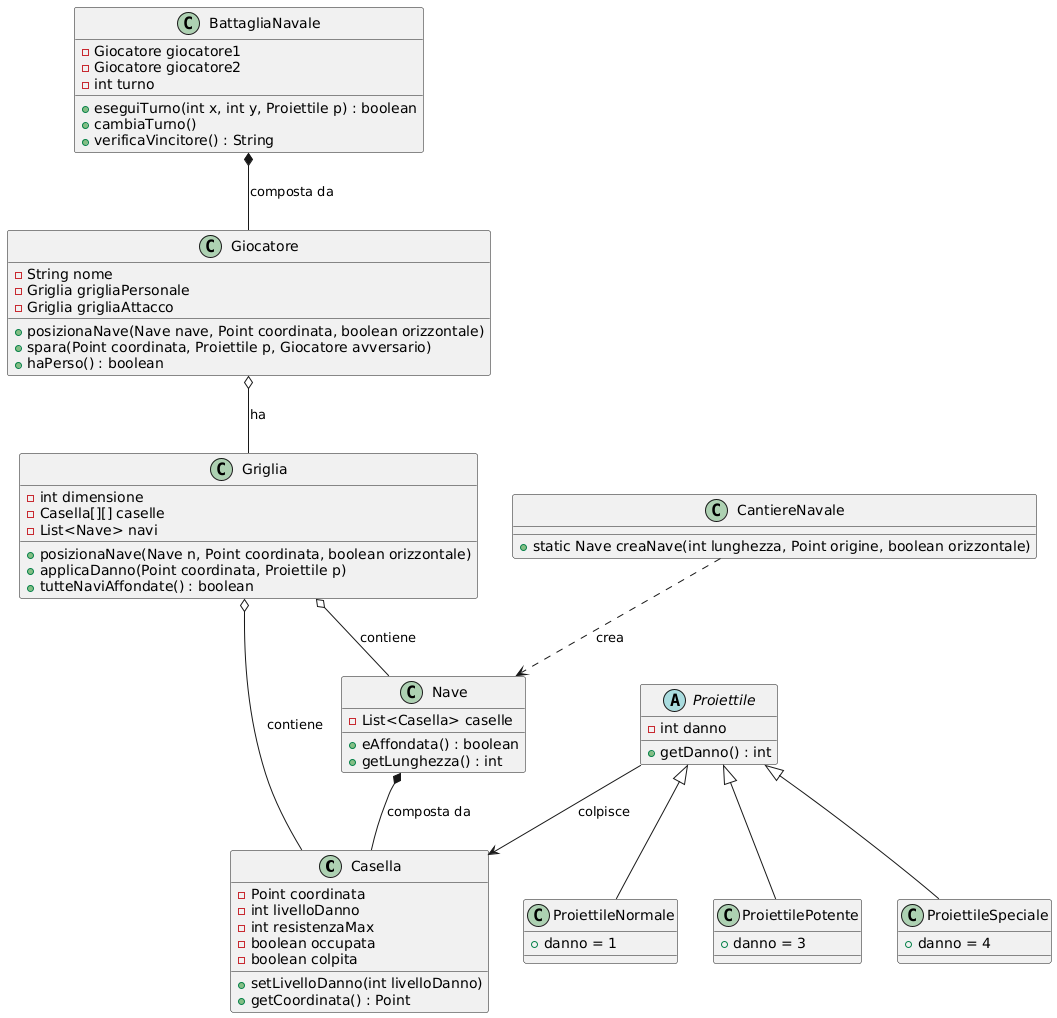
l-papadopol/BattleShip-AI keeps this PlantUML diagram as docs/model.png. Above is the earlier version. Its diagram source:
```plantuml
@startuml
class Casella {
    - Point coordinata
    - int livelloDanno
    - int resistenzaMax
    - boolean occupata
    - boolean colpita
    + setLivelloDanno(int livelloDanno)
    + getCoordinata() : Point
}

class Nave {
    - List<Casella> caselle
    + eAffondata() : boolean
    + getLunghezza() : int
}

class Griglia {
    - int dimensione
    - Casella[][] caselle
    - List<Nave> navi
    + posizionaNave(Nave n, Point coordinata, boolean orizzontale)
    + applicaDanno(Point coordinata, Proiettile p)
    + tutteNaviAffondate() : boolean
}

class Giocatore {
    - String nome
    - Griglia grigliaPersonale
    - Griglia grigliaAttacco
    + posizionaNave(Nave nave, Point coordinata, boolean orizzontale)
    + spara(Point coordinata, Proiettile p, Giocatore avversario)
    + haPerso() : boolean
}

abstract class Proiettile {
    - int danno
    + getDanno() : int
}

class ProiettileNormale {
    + danno = 1
}

class ProiettilePotente {
    + danno = 3
}

class ProiettileSpeciale {
    + danno = 4
}

class BattagliaNavale {
    - Giocatore giocatore1
    - Giocatore giocatore2
    - int turno
    + eseguiTurno(int x, int y, Proiettile p) : boolean
    + cambiaTurno()
    + verificaVincitore() : String
}

class CantiereNavale {
    + static Nave creaNave(int lunghezza, Point origine, boolean orizzontale)
}

Nave *-- Casella : composta da
Griglia o-- Casella : contiene
Griglia o-- Nave : contiene
Giocatore o-- Griglia : ha
BattagliaNavale *-- Giocatore : composta da
Proiettile <|-- ProiettileNormale
Proiettile <|-- ProiettilePotente
Proiettile <|-- ProiettileSpeciale
Proiettile --> Casella : colpisce
CantiereNavale ..> Nave : crea
@enduml
```
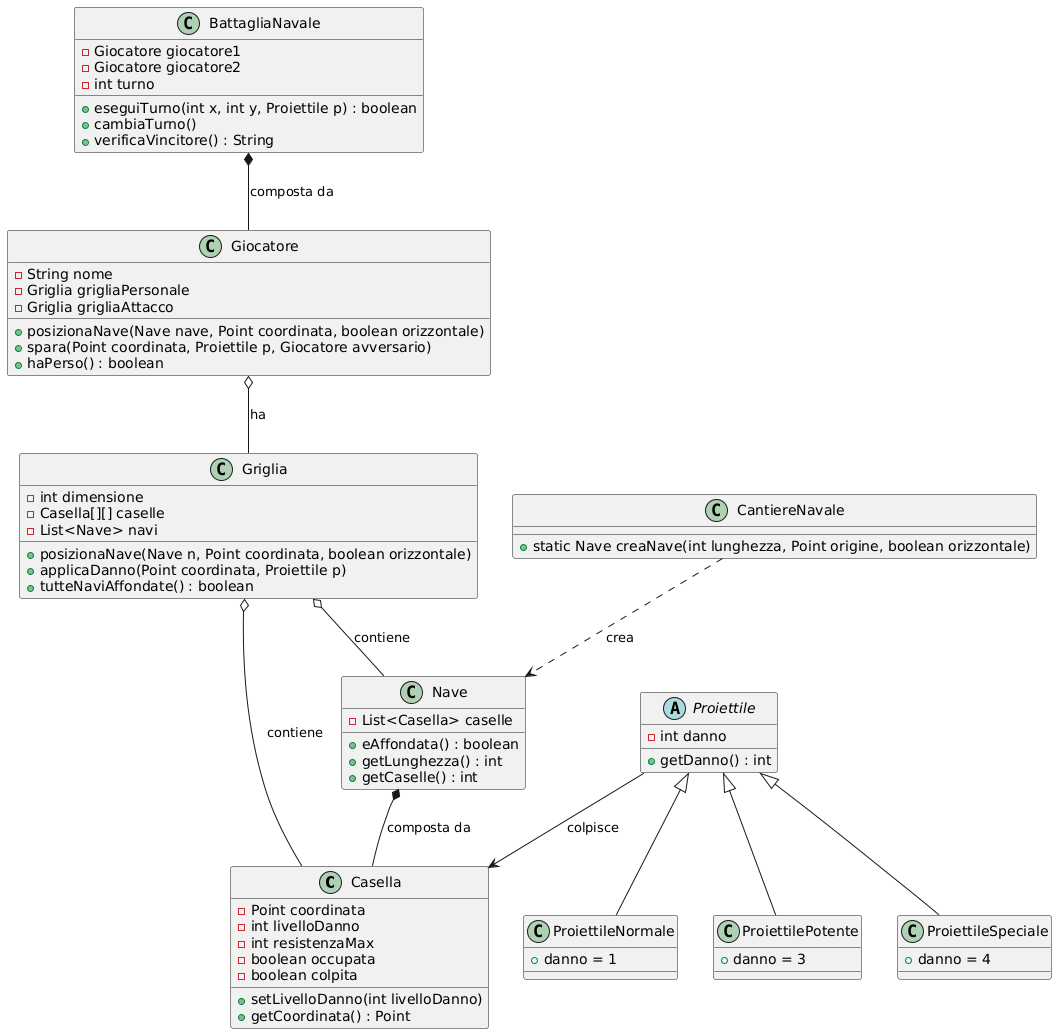
Above is the later version.

Change to the diagram source:
```diff
@@ -13,6 +13,7 @@
     - List<Casella> caselle
     + eAffondata() : boolean
     + getLunghezza() : int
+    + getCaselle() : int
 }
 
 class Griglia {
```
